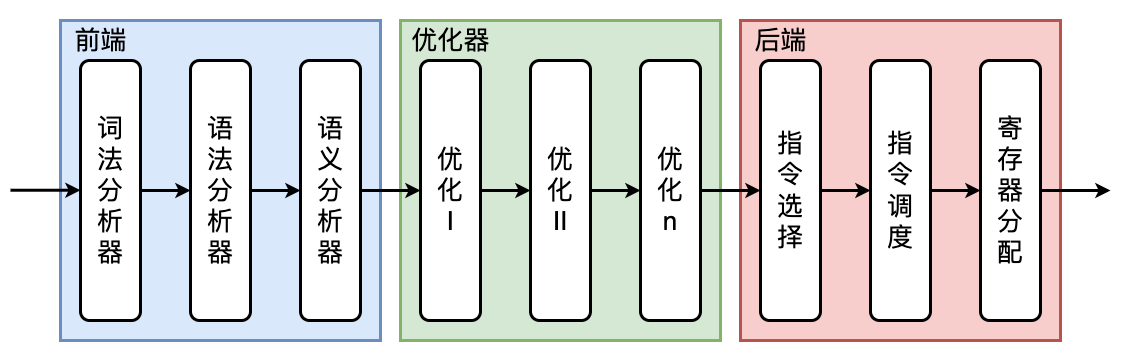
The draw.io diagram CS/编译器/编译器/三段优化编译器结构.drawio.png in superwjfeng/MarkdownWriting, before a commit. Source tidied: cells renumbered, new cells last; positions are measured from the earlier drawing's top-left corner, leaving out a move shared by most shapes.
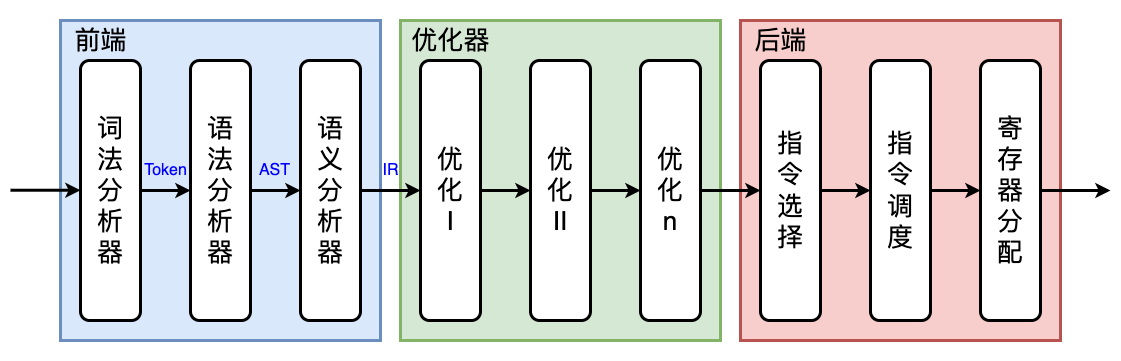
Later version of the same file.

What changed in the source:
```diff
@@ -85,5 +85,14 @@
         <mxPoint x="80" y="189.7" as="targetPoint" />
       </mxGeometry>
     </mxCell>
+    <mxCell id="28" value="&lt;font color=&quot;#0000ff&quot; style=&quot;font-size: 16px;&quot;&gt;AST&lt;/font&gt;" style="text;html=1;align=center;verticalAlign=middle;strokeColor=none;fillColor=none;" parent="1" vertex="1">
+      <mxGeometry x="249" y="155" width="50" height="30" as="geometry" />
+    </mxCell>
+    <mxCell id="29" value="&lt;font color=&quot;#0000ff&quot; style=&quot;font-size: 16px;&quot;&gt;Token&lt;/font&gt;" style="text;html=1;align=center;verticalAlign=middle;strokeColor=none;fillColor=none;" parent="1" vertex="1">
+      <mxGeometry x="130" y="155" width="70" height="30" as="geometry" />
+    </mxCell>
+    <mxCell id="30" value="&lt;font color=&quot;#0000ff&quot; style=&quot;font-size: 16px;&quot;&gt;IR&lt;/font&gt;" style="text;html=1;align=center;verticalAlign=middle;strokeColor=none;fillColor=none;" parent="1" vertex="1">
+      <mxGeometry x="370" y="155" width="40" height="30" as="geometry" />
+    </mxCell>
   </root>
 </mxGraphModel>
```
